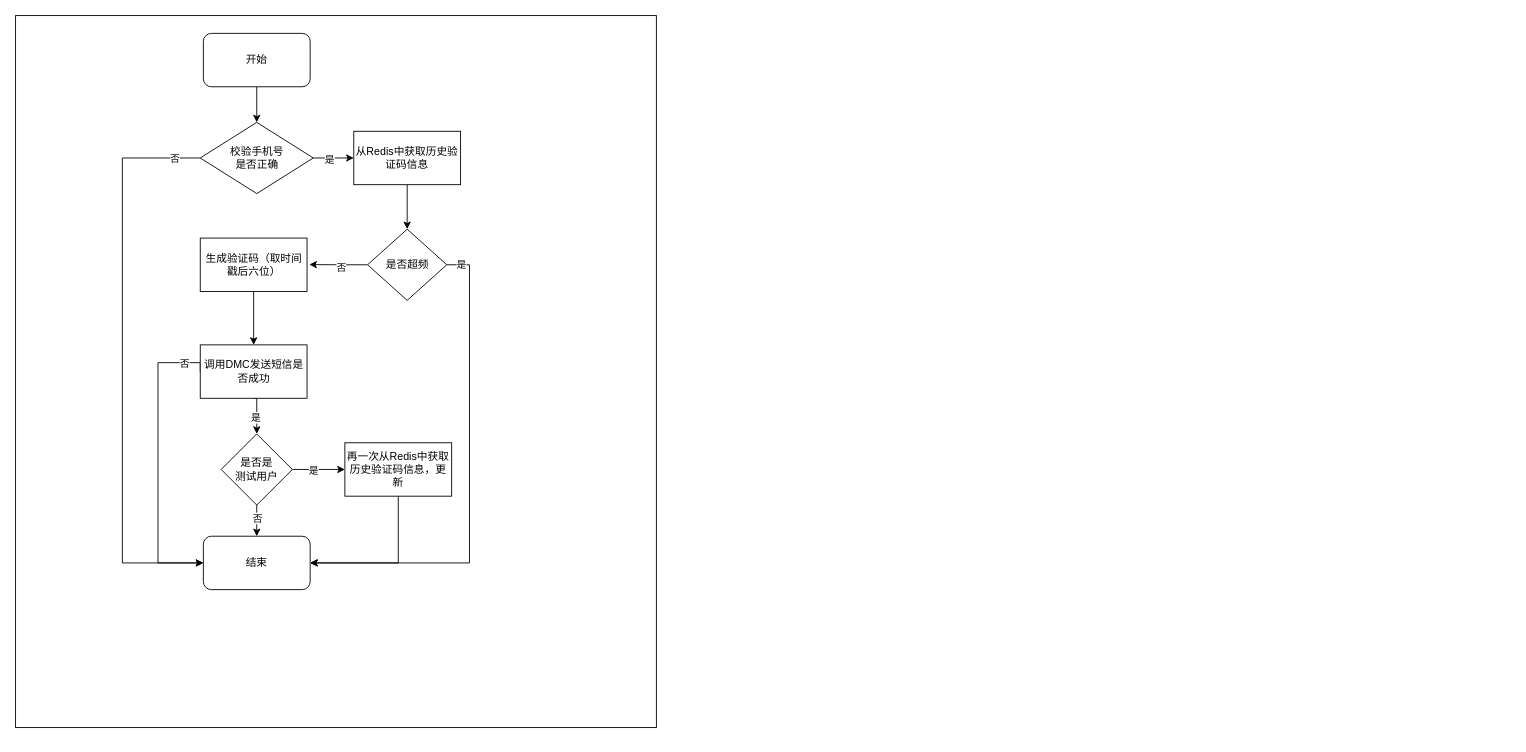
lishuai-0/picture_source_file_draw_io keeps this draw.io diagram as verify_code.drawio. Above is the earlier version. Source tidied: cells renumbered, new cells numbered last; positions are measured from the earlier drawing's top-left corner, leaving out a move shared by most shapes. Both pictures are drawn from the tidied source at 89%, with x=0, y=0 at pixel (15, 15).
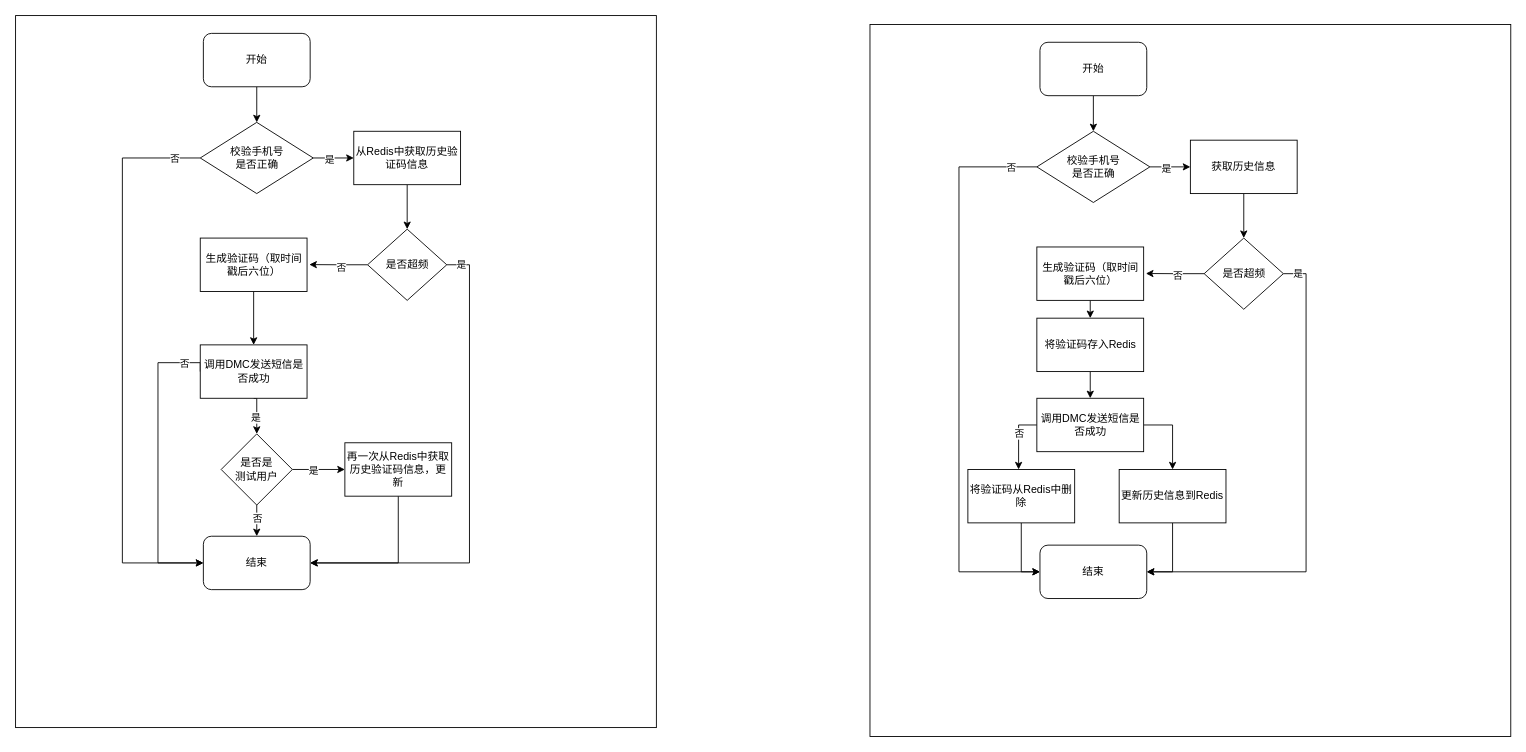
The same diagram, later.

Change to the diagram source:
```diff
@@
+    <mxCell id="32" style="rounded=0;whiteSpace=wrap;html=1;" parent="1" vertex="1">
+      <mxGeometry x="960" y="10" width="720" height="800" as="geometry" />
+    </mxCell>
+    <mxCell id="33" style="edgeStyle=orthogonalEdgeStyle;rounded=0;jettySize=auto;html=1;exitX=0.5;exitY=1;exitDx=0;exitDy=0;entryX=0.5;entryY=0;entryDx=0;entryDy=0;" parent="1" edge="1" source="34" target="43">
+      <mxGeometry relative="1" as="geometry" />
+    </mxCell>
+    <mxCell id="34" value="开始" style="rounded=1;whiteSpace=wrap;html=1;" parent="1" vertex="1">
+      <mxGeometry x="1151" y="30" width="120" height="60" as="geometry" />
+    </mxCell>
+    <mxCell id="35" style="edgeStyle=orthogonalEdgeStyle;rounded=0;jettySize=auto;html=1;exitX=0.5;exitY=1;exitDx=0;exitDy=0;entryX=0.5;entryY=0;entryDx=0;entryDy=0;" parent="1" edge="1" source="36" target="57">
+      <mxGeometry relative="1" as="geometry" />
+    </mxCell>
+    <mxCell id="36" value="生成验证码（取时间戳后六位）" style="rounded=0;whiteSpace=wrap;html=1;" parent="1" vertex="1">
+      <mxGeometry x="1147.5" y="260" width="120" height="60" as="geometry" />
+    </mxCell>
+    <mxCell id="37" style="edgeStyle=orthogonalEdgeStyle;rounded=0;jettySize=auto;html=1;exitX=0.5;exitY=1;exitDx=0;exitDy=0;entryX=1;entryY=0.5;entryDx=0;entryDy=0;" parent="1" edge="1" source="38" target="51">
+      <mxGeometry relative="1" as="geometry" />
+    </mxCell>
+    <mxCell id="38" value="更新历史信息到Redis" style="rounded=0;whiteSpace=wrap;html=1;" parent="1" vertex="1">
+      <mxGeometry x="1240" y="510" width="120" height="60" as="geometry" />
+    </mxCell>
+    <mxCell id="39" style="edgeStyle=orthogonalEdgeStyle;rounded=0;jettySize=auto;html=1;exitX=0;exitY=0.5;exitDx=0;exitDy=0;entryX=0;entryY=0.5;entryDx=0;entryDy=0;" parent="1" edge="1" source="43" target="51">
+      <mxGeometry relative="1" as="geometry">
+        <Array as="points">
+          <mxPoint x="1060" y="170" />
+          <mxPoint x="1060" y="625" />
+        </Array>
+      </mxGeometry>
+    </mxCell>
+    <mxCell id="40" value="否" style="edgeLabel;html=1;align=center;verticalAlign=middle;" parent="39" vertex="1">
+      <mxGeometry x="-0.85" y="-3" relative="1" as="geometry">
+        <mxPoint x="19" y="3" as="offset" />
+      </mxGeometry>
+    </mxCell>
+    <mxCell id="41" style="edgeStyle=orthogonalEdgeStyle;rounded=0;jettySize=auto;html=1;exitX=1;exitY=0.5;exitDx=0;exitDy=0;entryX=0;entryY=0.5;entryDx=0;entryDy=0;" parent="1" edge="1" source="43" target="45">
+      <mxGeometry relative="1" as="geometry" />
+    </mxCell>
+    <mxCell id="42" value="是" style="edgeLabel;html=1;align=center;verticalAlign=middle;" parent="41" vertex="1">
+      <mxGeometry x="-0.22" y="-1" relative="1" as="geometry" />
+    </mxCell>
+    <mxCell id="43" value="校验手机号&lt;div&gt;是否正确&lt;/div&gt;" style="rhombus;whiteSpace=wrap;html=1;" parent="1" vertex="1">
+      <mxGeometry x="1147.5" y="130" width="127" height="80" as="geometry" />
+    </mxCell>
+    <mxCell id="44" style="edgeStyle=orthogonalEdgeStyle;rounded=0;jettySize=auto;html=1;exitX=0.5;exitY=1;exitDx=0;exitDy=0;entryX=0.5;entryY=0;entryDx=0;entryDy=0;" parent="1" edge="1" source="45" target="50">
+      <mxGeometry relative="1" as="geometry" />
+    </mxCell>
+    <mxCell id="45" value="获取历史信息" style="rounded=0;whiteSpace=wrap;html=1;" parent="1" vertex="1">
+      <mxGeometry x="1320" y="140" width="120" height="60" as="geometry" />
+    </mxCell>
+    <mxCell id="46" style="edgeStyle=orthogonalEdgeStyle;rounded=0;jettySize=auto;html=1;exitX=0;exitY=0.5;exitDx=0;exitDy=0;" parent="1" edge="1" source="50">
+      <mxGeometry relative="1" as="geometry">
+        <mxPoint x="1270" y="289.8" as="targetPoint" />
+      </mxGeometry>
+    </mxCell>
+    <mxCell id="47" value="否" style="edgeLabel;html=1;align=center;verticalAlign=middle;" parent="46" vertex="1">
+      <mxGeometry x="-0.1" y="2" relative="1" as="geometry" />
+    </mxCell>
+    <mxCell id="48" style="edgeStyle=orthogonalEdgeStyle;rounded=0;jettySize=auto;html=1;exitX=1;exitY=0.5;exitDx=0;exitDy=0;entryX=1;entryY=0.5;entryDx=0;entryDy=0;" parent="1" edge="1" source="50" target="51">
+      <mxGeometry relative="1" as="geometry">
+        <Array as="points">
+          <mxPoint x="1450" y="290" />
+          <mxPoint x="1450" y="625" />
+        </Array>
+      </mxGeometry>
+    </mxCell>
+    <mxCell id="49" value="是" style="edgeLabel;html=1;align=center;verticalAlign=middle;" parent="48" vertex="1">
+      <mxGeometry x="-0.85" y="-3" relative="1" as="geometry">
+        <mxPoint x="-7" y="-15" as="offset" />
+      </mxGeometry>
+    </mxCell>
+    <mxCell id="50" value="是否超频" style="rhombus;whiteSpace=wrap;html=1;" parent="1" vertex="1">
+      <mxGeometry x="1335.5" y="250" width="89" height="80" as="geometry" />
+    </mxCell>
+    <mxCell id="51" value="结束" style="rounded=1;whiteSpace=wrap;html=1;" parent="1" vertex="1">
+      <mxGeometry x="1151" y="595" width="120" height="60" as="geometry" />
+    </mxCell>
+    <mxCell id="52" style="edgeStyle=orthogonalEdgeStyle;rounded=0;jettySize=auto;html=1;exitX=0;exitY=0.5;exitDx=0;exitDy=0;" parent="1" edge="1" source="55" target="59">
+      <mxGeometry relative="1" as="geometry">
+        <Array as="points">
+          <mxPoint x="1127" y="460" />
+        </Array>
+      </mxGeometry>
+    </mxCell>
+    <mxCell id="53" value="否" style="edgeLabel;html=1;align=center;verticalAlign=middle;" parent="52" vertex="1">
+      <mxGeometry x="-0.14" relative="1" as="geometry" />
+    </mxCell>
+    <mxCell id="54" style="edgeStyle=orthogonalEdgeStyle;rounded=0;jettySize=auto;html=1;exitX=1;exitY=0.5;exitDx=0;exitDy=0;entryX=0.5;entryY=0;entryDx=0;entryDy=0;" parent="1" edge="1" source="55" target="38">
+      <mxGeometry relative="1" as="geometry" />
+    </mxCell>
+    <mxCell id="55" value="调用DMC发送短信是否成功" style="rounded=0;whiteSpace=wrap;html=1;" parent="1" vertex="1">
+      <mxGeometry x="1147.5" y="430" width="120" height="60" as="geometry" />
+    </mxCell>
+    <mxCell id="56" style="edgeStyle=orthogonalEdgeStyle;rounded=0;jettySize=auto;html=1;exitX=0.5;exitY=1;exitDx=0;exitDy=0;entryX=0.5;entryY=0;entryDx=0;entryDy=0;" parent="1" edge="1" source="57" target="55">
+      <mxGeometry relative="1" as="geometry" />
+    </mxCell>
+    <mxCell id="57" value="将验证码存入Redis" style="rounded=0;whiteSpace=wrap;html=1;" parent="1" vertex="1">
+      <mxGeometry x="1147.5" y="340" width="120" height="60" as="geometry" />
+    </mxCell>
+    <mxCell id="58" style="edgeStyle=orthogonalEdgeStyle;rounded=0;jettySize=auto;html=1;exitX=0.5;exitY=1;exitDx=0;exitDy=0;entryX=0;entryY=0.5;entryDx=0;entryDy=0;" parent="1" edge="1" source="59" target="51">
+      <mxGeometry relative="1" as="geometry" />
+    </mxCell>
+    <mxCell id="59" value="将验证码从Redis中删除" style="rounded=0;whiteSpace=wrap;html=1;" parent="1" vertex="1">
+      <mxGeometry x="1070" y="510" width="120" height="60" as="geometry" />
+    </mxCell>
```
